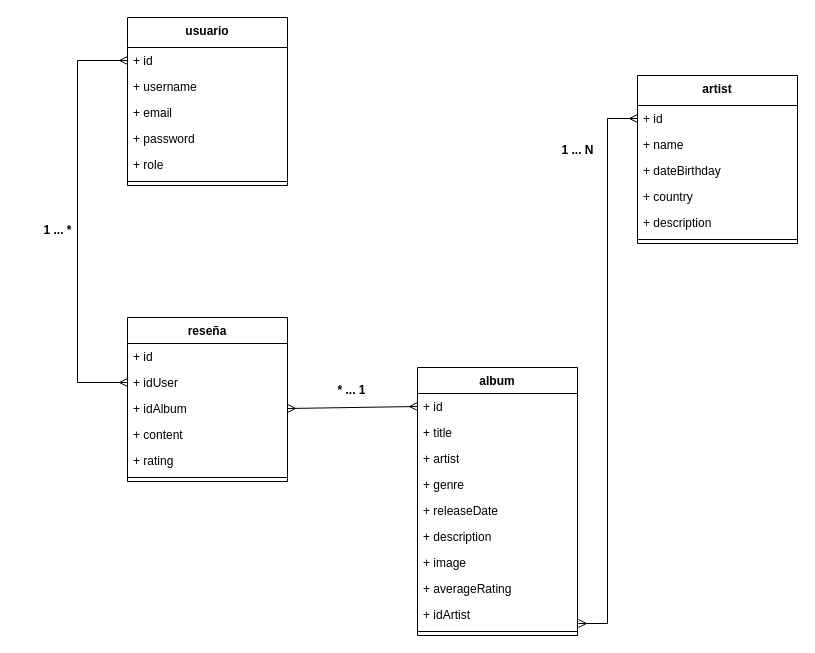
Before: docs/MODELO_DE_DOMINIO.drawio in TPI-TUP/VinyLog, a draw.io diagram. Source tidied: cells renumbered, new cells numbered last; positions are measured from the earlier drawing's top-left corner, leaving out a move shared by most shapes. Both pictures are drawn from the tidied source at 100%, with x=0, y=0 at pixel (17, 17).
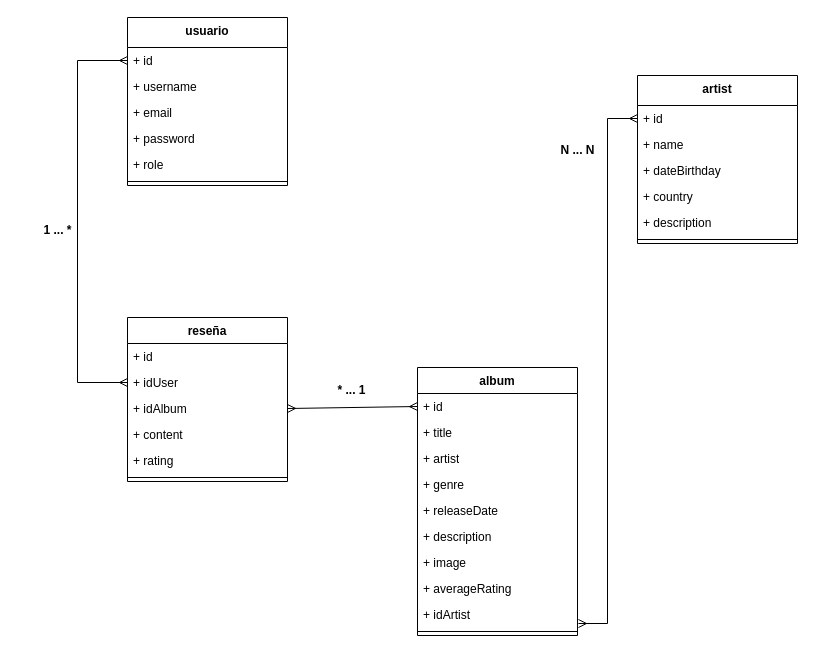
After the change.

Commit message:
Arreglo modelo de dominio

Diff of the diagram source:
```diff
@@
-    <mxCell id="39" value="1 ... N" style="text;align=center;fontStyle=1;verticalAlign=middle;spacingLeft=3;spacingRight=3;strokeColor=none;html=1;" parent="1" vertex="1">
+    <mxCell id="39" value="N ... N" style="text;align=center;fontStyle=1;verticalAlign=middle;spacingLeft=3;spacingRight=3;strokeColor=none;html=1;" parent="1" vertex="1">
       <mxGeometry x="520" y="120" width="80" height="26" as="geometry" />
     </mxCell>
```
